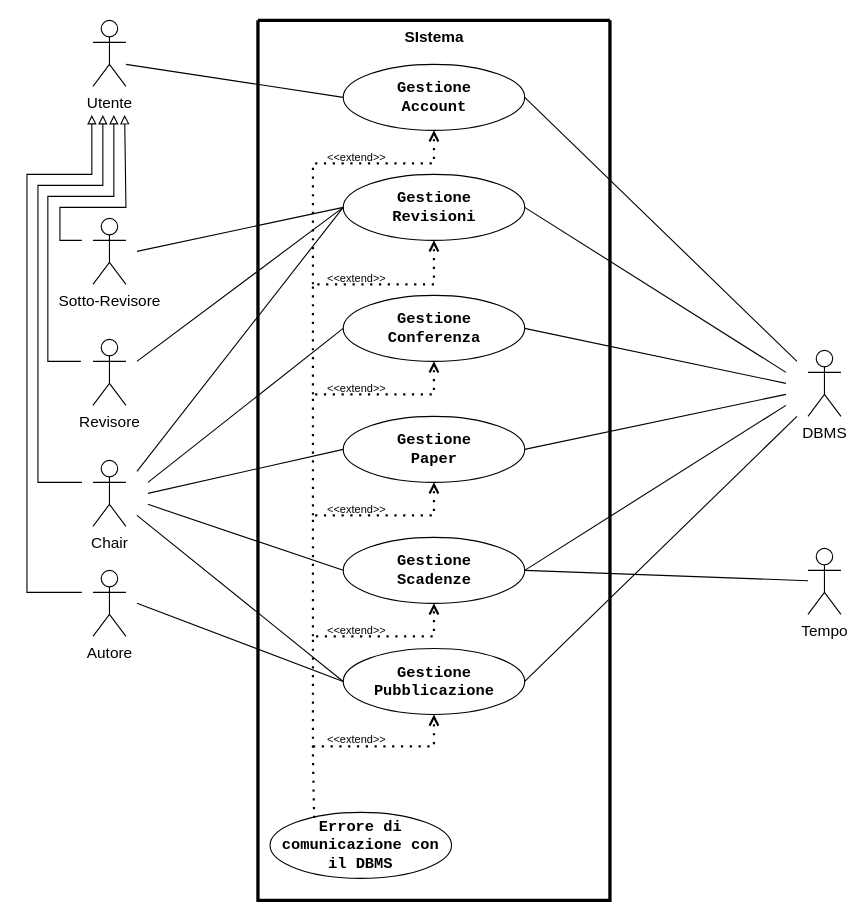
This is RAD/raw/VistaInsieme.drawio from Gabro29/IngegneriaSoftware, a draw.io file, before an edit. Source tidied: cells renumbered, new cells numbered last; positions are measured from the earlier drawing's top-left corner, leaving out a move shared by most shapes. Both pictures are drawn from the tidied source at 110%, with x=0, y=0 at pixel (26, 20).
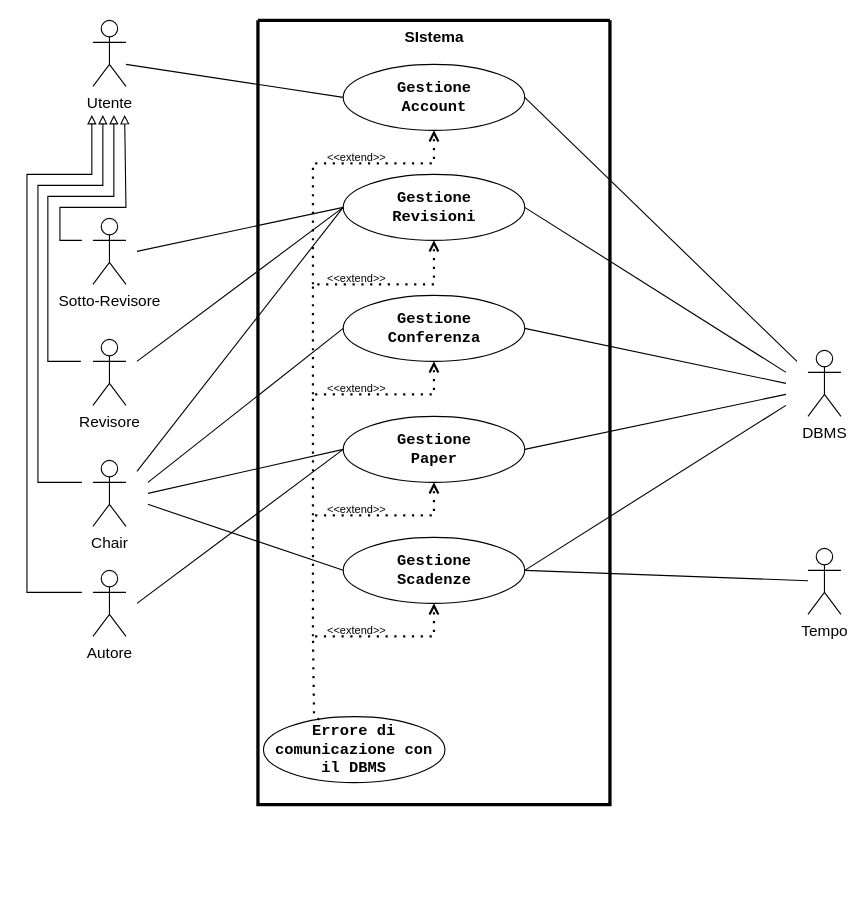
The same diagram, later.

Commit message:
Eliminata "Gestione pubblicazione" per fare un merge con "gestione paper"

Unchanged cells that the change refers to:
```xml
<mxCell id="6" value="&lt;font face=&quot;Courier New&quot; style=&quot;color: light-dark(rgb(0, 0, 0), rgb(0, 0, 0)); font-size: 14px;&quot;&gt;&lt;b&gt;Gestione&lt;/b&gt;&lt;/font&gt;&lt;div&gt;&lt;span style=&quot;font-family: &amp;quot;Courier New&amp;quot;;&quot;&gt;&lt;font style=&quot;color: light-dark(rgb(0, 0, 0), rgb(0, 0, 0)); font-size: 14px;&quot;&gt;&lt;b&gt;Paper&lt;/b&gt;&lt;/font&gt;&lt;/span&gt;&lt;/div&gt;" style="ellipse;whiteSpace=wrap;html=1;fillColor=light-dark(#FFFFFF,#FDF89C);strokeColor=light-dark(#000000,#000000);" parent="2" vertex="1">
  <mxGeometry x="77.5" y="360" width="165" height="60" as="geometry" />
</mxCell>
<mxCell id="8" value="&lt;font face=&quot;Courier New&quot; style=&quot;color: light-dark(rgb(0, 0, 0), rgb(0, 0, 0)); font-size: 14px;&quot;&gt;&lt;b&gt;Gestione&lt;/b&gt;&lt;/font&gt;&lt;div&gt;&lt;font face=&quot;Courier New&quot; style=&quot;color: light-dark(rgb(0, 0, 0), rgb(0, 0, 0)); font-size: 14px;&quot;&gt;&lt;b&gt;Scadenze&lt;/b&gt;&lt;/font&gt;&lt;/div&gt;" style="ellipse;whiteSpace=wrap;html=1;fillColor=light-dark(#FFFFFF,#FDF89C);strokeColor=light-dark(#000000,#000000);" parent="2" vertex="1">
  <mxGeometry x="77.5" y="470" width="165" height="60" as="geometry" />
</mxCell>
```

Change to the diagram source:
```diff
@@
     <mxCell id="2" style="swimlane;startSize=0;swimlaneFillColor=none;strokeWidth=3;strokeColor=light-dark(#000000,#000000);labelBackgroundColor=none;fontColor=light-dark(#000000,#000000);" parent="1" vertex="1">
-      <mxGeometry x="210" width="320" height="800" as="geometry" />
+      <mxGeometry x="210" width="320" height="713" as="geometry" />
     </mxCell>
@@
-    <mxCell id="7" value="&lt;font face=&quot;Courier New&quot; style=&quot;color: light-dark(rgb(0, 0, 0), rgb(0, 0, 0)); font-size: 14px;&quot;&gt;&lt;b&gt;Gestione&lt;/b&gt;&lt;/font&gt;&lt;div&gt;&lt;font face=&quot;Courier New&quot; style=&quot;color: light-dark(rgb(0, 0, 0), rgb(0, 0, 0)); font-size: 14px;&quot;&gt;&lt;b&gt;Pubblicazione&lt;/b&gt;&lt;/font&gt;&lt;/div&gt;" style="ellipse;whiteSpace=wrap;html=1;fillColor=light-dark(#FFFFFF,#FDF89C);strokeColor=light-dark(#000000,#000000);" parent="2" vertex="1">
-      <mxGeometry x="77.5" y="571" width="165" height="60" as="geometry" />
-    </mxCell>
@@
     <mxCell id="9" value="&lt;font style=&quot;color: light-dark(rgb(0, 0, 0), rgb(0, 0, 0));&quot; face=&quot;Courier New&quot;&gt;&lt;span style=&quot;font-size: 14px;&quot;&gt;&lt;b style=&quot;&quot;&gt;Errore di comunicazione con il DBMS&lt;/b&gt;&lt;/span&gt;&lt;/font&gt;" style="ellipse;whiteSpace=wrap;html=1;fillColor=light-dark(#FFFFFF,#FDF89C);strokeColor=light-dark(#000000,#000000);" parent="2" vertex="1">
-      <mxGeometry x="11" y="720" width="165" height="60" as="geometry" />
+      <mxGeometry x="5" y="633" width="165" height="60" as="geometry" />
     </mxCell>
@@
-    <mxCell id="14" value="&lt;font style=&quot;color: light-dark(rgb(0, 0, 0), rgb(0, 0, 0)); font-size: 10px;&quot;&gt;&amp;lt;&amp;lt;extend&amp;gt;&amp;gt;&lt;/font&gt;" style="text;html=1;align=center;verticalAlign=middle;whiteSpace=wrap;rounded=0;" parent="2" vertex="1">
-      <mxGeometry x="59.5" y="648" width="60" height="10" as="geometry" />
-    </mxCell>
-    <mxCell id="15" style="endArrow=open;dashed=1;html=1;dashPattern=1 3;strokeWidth=2;rounded=0;strokeColor=light-dark(#000000,#000000);endFill=0;entryX=0.5;entryY=1;entryDx=0;entryDy=0;exitX=0.243;exitY=0.086;exitDx=0;exitDy=0;exitPerimeter=0;" parent="2" edge="1" source="9" target="8">
+    <mxCell id="15" style="endArrow=open;dashed=1;html=1;dashPattern=1 3;strokeWidth=2;rounded=0;strokeColor=light-dark(#000000,#000000);endFill=0;entryX=0.5;entryY=1;entryDx=0;entryDy=0;exitX=0.307;exitY=0.047;exitDx=0;exitDy=0;exitPerimeter=0;" parent="2" edge="1" source="9" target="8">
       <mxGeometry relative="1" as="geometry">
         <Array as="points">
-          <mxPoint x="50" y="670" />
+          <mxPoint x="51" y="632" />
           <mxPoint x="50" y="560" />
           <mxPoint x="160" y="560" />
         </Array>
       </mxGeometry>
     </mxCell>
@@
-    <mxCell id="28" style="rounded=0;jettySize=auto;html=1;strokeColor=light-dark(#000000,#000000);endArrow=none;startFill=0;entryX=0;entryY=0.5;entryDx=0;entryDy=0;" parent="1" edge="1" target="7">
-      <mxGeometry relative="1" as="geometry">
-        <mxPoint x="100" y="450" as="sourcePoint" />
-      </mxGeometry>
-    </mxCell>
@@
-    <mxCell id="30" style="rounded=0;jettySize=auto;html=1;strokeColor=light-dark(#000000,#000000);endArrow=none;startFill=0;entryX=0;entryY=0.5;entryDx=0;entryDy=0;" parent="1" edge="1" target="7">
+    <mxCell id="30" style="rounded=0;jettySize=auto;html=1;strokeColor=light-dark(#000000,#000000);endArrow=none;startFill=0;entryX=0;entryY=0.5;entryDx=0;entryDy=0;" parent="1" edge="1" target="6">
       <mxGeometry relative="1" as="geometry">
         <mxPoint x="100" y="530" as="sourcePoint" />
       </mxGeometry>
     </mxCell>
@@
-    <mxCell id="39" style="rounded=0;jettySize=auto;html=1;strokeColor=light-dark(#000000,#000000);endArrow=none;startFill=0;exitX=1;exitY=0.5;exitDx=0;exitDy=0;" parent="1" edge="1" source="7">
-      <mxGeometry relative="1" as="geometry">
-        <mxPoint x="700" y="360" as="targetPoint" />
-      </mxGeometry>
-    </mxCell>
@@
-    <mxCell id="45" style="endArrow=open;dashed=1;html=1;dashPattern=1 3;strokeWidth=2;rounded=0;strokeColor=light-dark(#000000,#000000);endFill=0;entryX=0.5;entryY=1;entryDx=0;entryDy=0;" parent="1" edge="1" target="7">
-      <mxGeometry relative="1" as="geometry">
-        <mxPoint x="260" y="660" as="sourcePoint" />
-        <Array as="points">
-          <mxPoint x="370" y="660" />
-        </Array>
-      </mxGeometry>
-    </mxCell>
```
